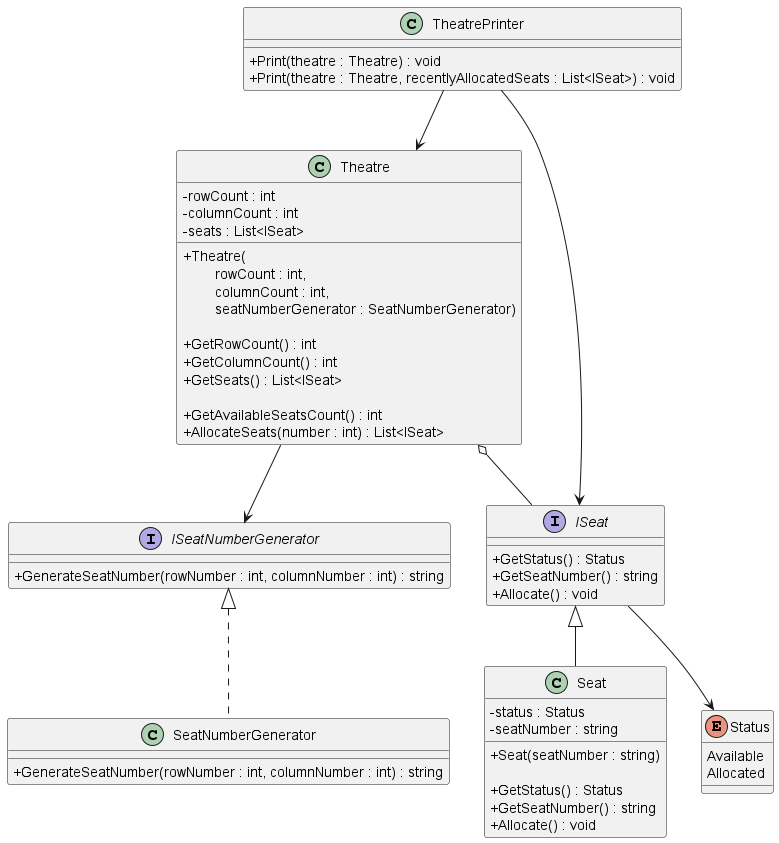
The PlantUML diagram diagrams/cinnamon cinemas.png in iamfranco/CinnamonCinemasChallenge, before a commit.
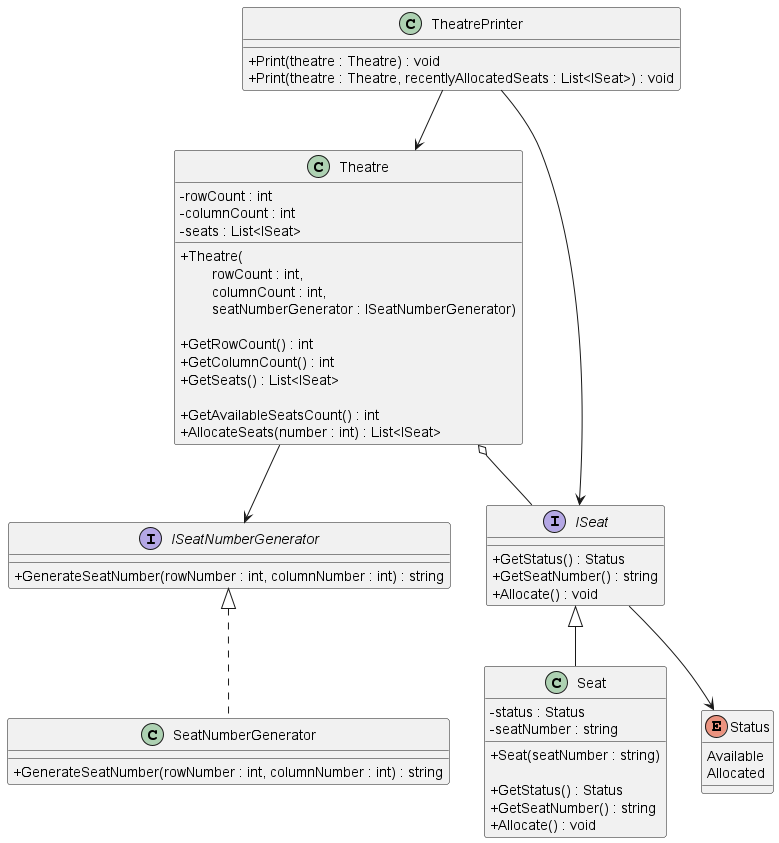
After the change.

Commit message:
UML: modify constructor to use ISeatNumberGenerator input

The edit, as a diff of the source:
```diff
@@ -19,7 +19,7 @@
     - columnCount : int
     - seats : List<ISeat>
 
-    + Theatre(\n        rowCount : int, \n        columnCount : int, \n        seatNumberGenerator : SeatNumberGenerator)
+    + Theatre(\n        rowCount : int, \n        columnCount : int, \n        seatNumberGenerator : ISeatNumberGenerator)
 
     + GetRowCount() : int
     + GetColumnCount() : int
```
